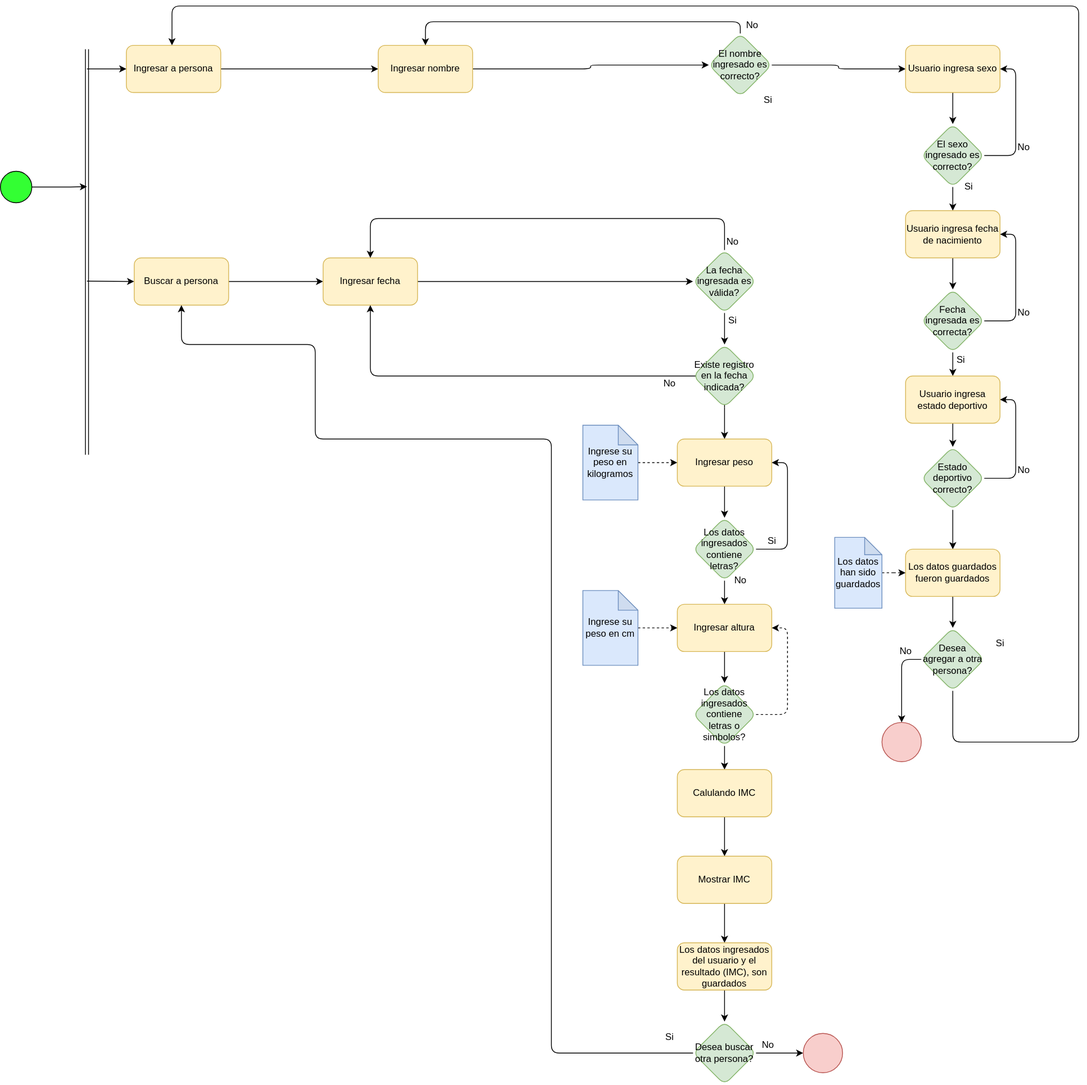
This is Diagramas/DiagActFuncionalidad.svg from MaxIbanez/Taller1P1_MI_JC, a draw.io export, as it was before one commit. Source tidied: cells renumbered, new cells last; positions are measured from the earlier drawing's top-left corner, leaving out a move shared by most shapes.
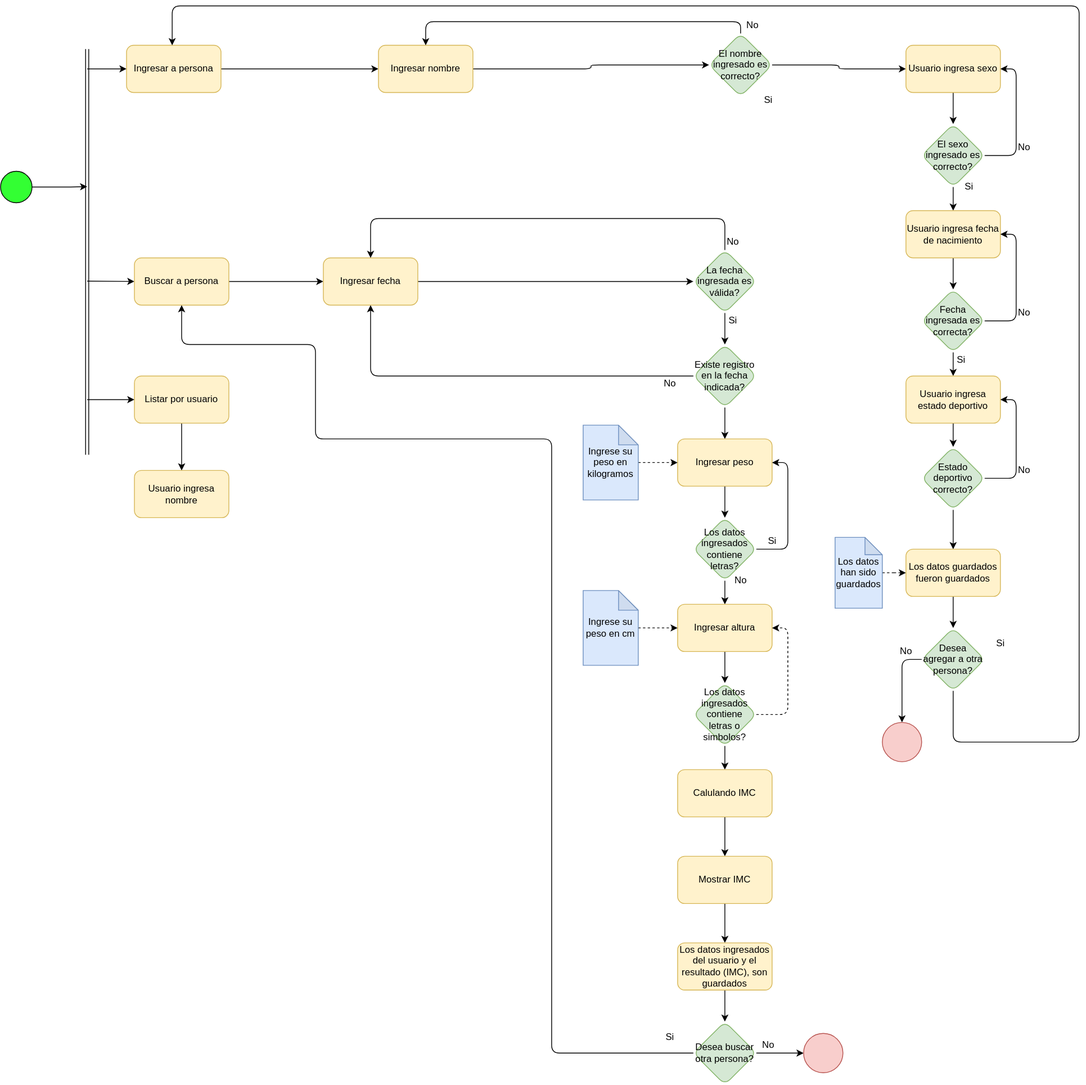
The same diagram one commit later.

The edit, as a diff of the source:
```diff
@@ -326,5 +326,19 @@
     <mxCell id="86" value="Si" style="text;html=1;align=center;verticalAlign=middle;rounded=1;" parent="1" vertex="1">
       <mxGeometry x="835" y="1300" width="30" height="20" as="geometry" />
     </mxCell>
+    <mxCell id="87" style="edgeStyle=orthogonalEdgeStyle;rounded=0;jettySize=auto;html=1;" parent="1" edge="1" source="88" target="89">
+      <mxGeometry relative="1" as="geometry" />
+    </mxCell>
+    <mxCell id="88" value="Listar por usuario" style="whiteSpace=wrap;html=1;fillColor=#fff2cc;strokeColor=#d6b656;rounded=1;" parent="1" vertex="1">
+      <mxGeometry x="170" y="470" width="120" height="60" as="geometry" />
+    </mxCell>
+    <mxCell id="89" value="Usuario ingresa nombre" style="whiteSpace=wrap;html=1;fillColor=#fff2cc;strokeColor=#d6b656;rounded=1;" parent="1" vertex="1">
+      <mxGeometry x="170" y="590" width="120" height="60" as="geometry" />
+    </mxCell>
+    <mxCell id="90" style="endArrow=classic;html=1;entryX=0;entryY=0.5;entryDx=0;entryDy=0;" parent="1" edge="1" target="88">
+      <mxGeometry relative="1" as="geometry">
+        <mxPoint x="110" y="500" as="sourcePoint" />
+      </mxGeometry>
+    </mxCell>
   </root>
 </mxGraphModel>
```
